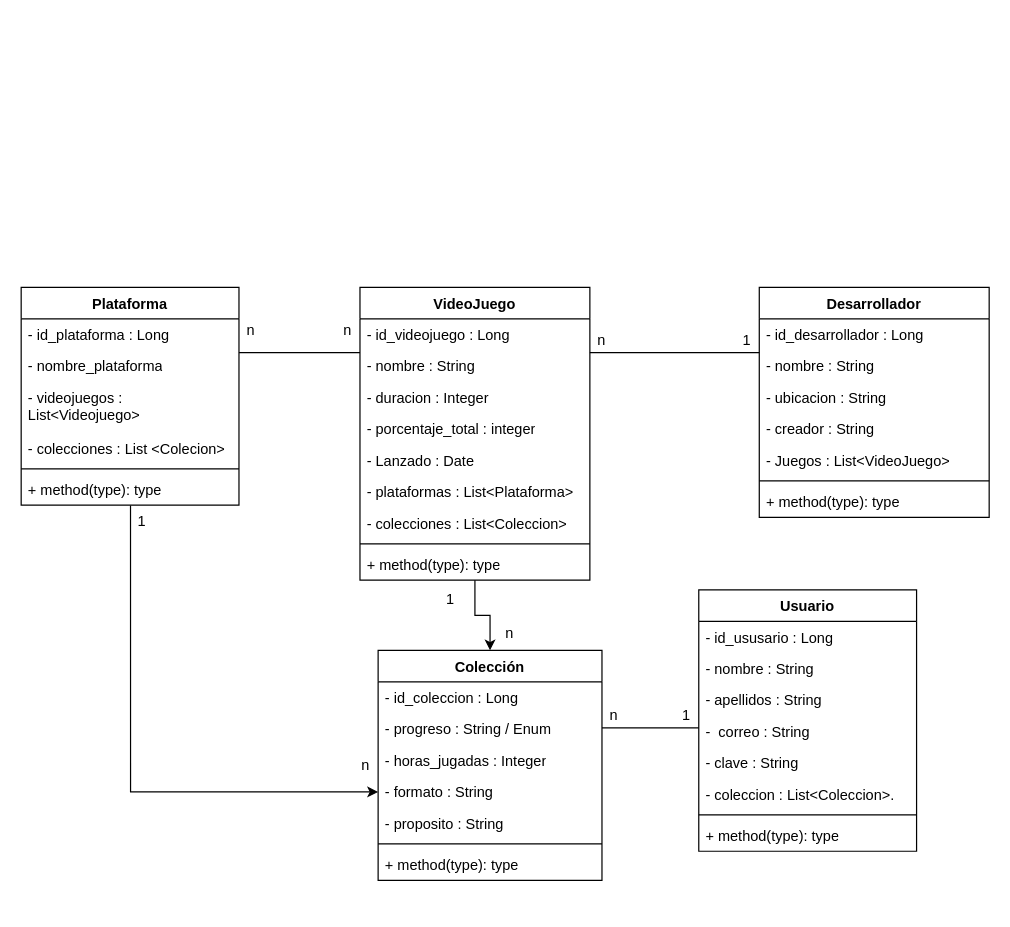
Dabson10/Game-Vault keeps this draw.io diagram as src/main/java/org/github/dabson10/gamevault/diagram/Driagram_Vault_Game.drawio. Above is the earlier version. Source tidied: cells renumbered, new cells numbered last; positions are measured from the earlier drawing's top-left corner, leaving out a move shared by most shapes. Both pictures are drawn from the tidied source at 121%, with x=0, y=0 at pixel (21, 287).
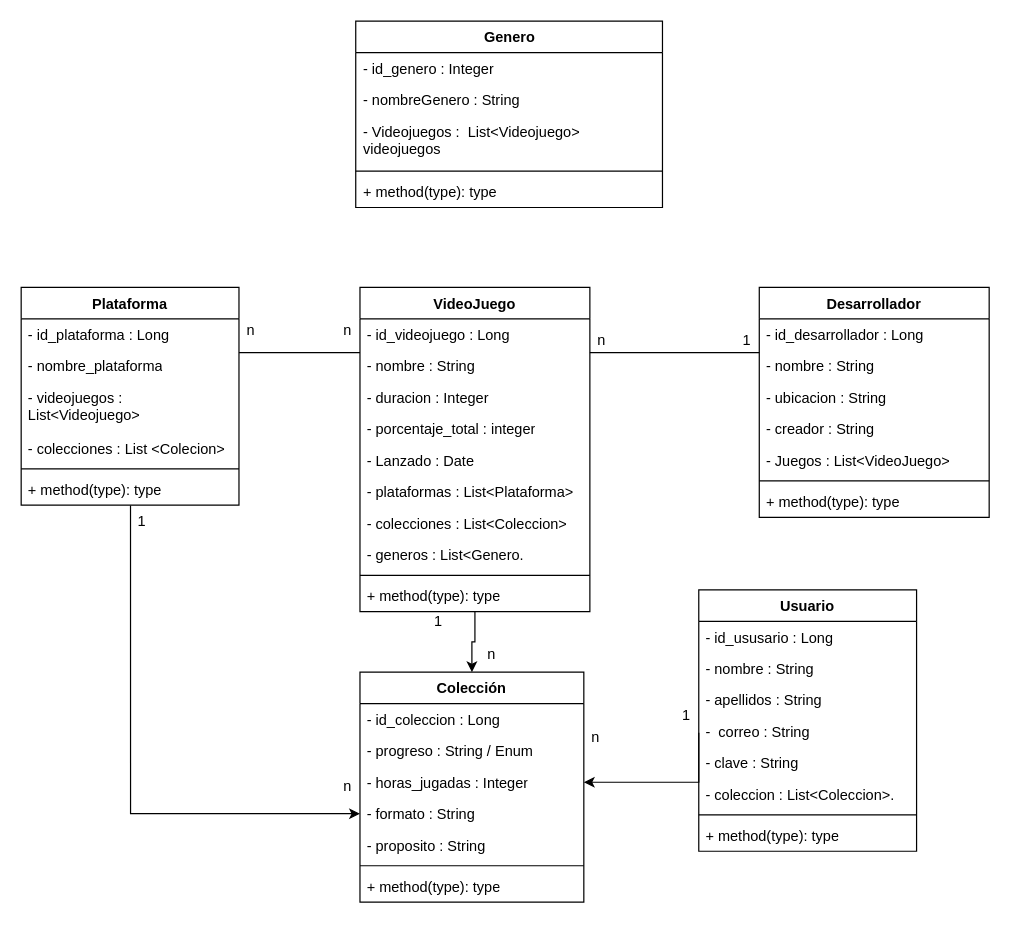
The same page after the edit.

The change refers to these unchanged cells:
```xml
<mxCell id="38" value="- horas_jugadas : Integer" style="text;strokeColor=none;fillColor=none;align=left;verticalAlign=top;spacingLeft=4;spacingRight=4;overflow=hidden;points=[[0,0.5],[1,0.5]];portConstraint=eastwest;whiteSpace=wrap;html=1;" parent="35" vertex="1">
  <mxGeometry y="78" width="185" height="26" as="geometry" />
</mxCell>
<mxCell id="55" value="1" style="text;html=1;whiteSpace=wrap;strokeColor=none;fillColor=none;align=center;verticalAlign=middle;rounded=0;" parent="1" vertex="1">
  <mxGeometry x="540" y="340" width="20" height="28" as="geometry" />
</mxCell>
```

Change to the diagram source:
```diff
@@
     <mxCell id="19" value="VideoJuego" style="swimlane;fontStyle=1;align=center;verticalAlign=top;horizontal=1;startSize=26;whiteSpace=wrap;html=1;" parent="1" vertex="1">
-      <mxGeometry x="280" width="190" height="242" as="geometry" />
+      <mxGeometry x="280" width="190" height="268" as="geometry" />
     </mxCell>
@@
+    <mxCell id="59" value="- generos : List&amp;lt;Genero." style="text;strokeColor=none;fillColor=none;align=left;verticalAlign=top;spacingLeft=4;spacingRight=4;overflow=hidden;whiteSpace=wrap;html=1;" parent="19" vertex="1">
+      <mxGeometry y="208" width="190" height="26" as="geometry" />
+    </mxCell>
     <mxCell id="27" style="line;strokeWidth=1;fillColor=none;align=left;verticalAlign=middle;spacingTop=-1;spacingLeft=3;spacingRight=3;labelPosition=right;strokeColor=inherit;" parent="19" vertex="1">
-      <mxGeometry y="208" width="190" height="8" as="geometry" />
+      <mxGeometry y="234" width="190" height="8" as="geometry" />
     </mxCell>
     <mxCell id="28" value="+ method(type): type" style="text;strokeColor=none;fillColor=none;align=left;verticalAlign=top;spacingLeft=4;spacingRight=4;overflow=hidden;whiteSpace=wrap;html=1;" parent="19" vertex="1">
-      <mxGeometry y="216" width="190" height="26" as="geometry" />
+      <mxGeometry y="242" width="190" height="26" as="geometry" />
     </mxCell>
@@
     <mxCell id="35" value="Colección&lt;div&gt;&lt;br&gt;&lt;/div&gt;" style="swimlane;fontStyle=1;align=center;verticalAlign=top;horizontal=1;startSize=26;whiteSpace=wrap;html=1;" parent="1" vertex="1">
-      <mxGeometry x="295" y="300" width="185" height="190" as="geometry" />
+      <mxGeometry x="280" y="318" width="185" height="190" as="geometry" />
     </mxCell>
@@
-    <mxCell id="52" style="line;strokeWidth=1;fillColor=none;align=left;verticalAlign=middle;spacingTop=-1;spacingLeft=3;spacingRight=3;labelPosition=right;strokeColor=inherit;" parent="1" vertex="1">
-      <mxGeometry x="480" y="360" width="80" height="8" as="geometry" />
-    </mxCell>
     <mxCell id="53" value="n" style="text;html=1;whiteSpace=wrap;strokeColor=none;fillColor=none;align=center;verticalAlign=middle;rounded=0;" parent="1" vertex="1">
-      <mxGeometry x="394" y="272" width="20" height="28" as="geometry" />
+      <mxGeometry x="379" y="290" width="20" height="28" as="geometry" />
     </mxCell>
     <mxCell id="54" value="1" style="text;html=1;whiteSpace=wrap;strokeColor=none;fillColor=none;align=center;verticalAlign=middle;rounded=0;" parent="1" vertex="1">
-      <mxGeometry x="340" y="244" width="30" height="28" as="geometry" />
+      <mxGeometry x="330" y="262" width="30" height="28" as="geometry" />
     </mxCell>
+    <mxCell id="60" style="edgeStyle=orthogonalEdgeStyle;rounded=0;jettySize=auto;html=1;exitX=1;exitY=1;exitDx=0;exitDy=0;entryX=1;entryY=0.5;entryDx=0;entryDy=0;" parent="1" edge="1" source="55" target="38">
+      <mxGeometry relative="1" as="geometry" />
+    </mxCell>
@@
     <mxCell id="56" value="n" style="text;html=1;whiteSpace=wrap;strokeColor=none;fillColor=none;align=center;verticalAlign=middle;rounded=0;" parent="1" vertex="1">
-      <mxGeometry x="480" y="340" width="20" height="28" as="geometry" />
+      <mxGeometry x="465" y="358" width="20" height="28" as="geometry" />
     </mxCell>
@@
     <mxCell id="58" value="n" style="text;html=1;whiteSpace=wrap;strokeColor=none;fillColor=none;align=center;verticalAlign=middle;rounded=0;" parent="1" vertex="1">
-      <mxGeometry x="275" y="381" width="20" height="28" as="geometry" />
+      <mxGeometry x="260" y="399" width="20" height="28" as="geometry" />
     </mxCell>
+    <mxCell id="61" value="Genero" style="swimlane;fontStyle=1;align=center;verticalAlign=top;horizontal=1;startSize=26;whiteSpace=wrap;html=1;" parent="1" vertex="1">
+      <mxGeometry x="276.5" y="-220" width="253.5" height="154" as="geometry" />
+    </mxCell>
+    <mxCell id="62" value="- id_genero : Integer" style="text;strokeColor=none;fillColor=none;align=left;verticalAlign=top;spacingLeft=4;spacingRight=4;overflow=hidden;whiteSpace=wrap;html=1;" parent="61" vertex="1">
+      <mxGeometry y="26" width="253.5" height="26" as="geometry" />
+    </mxCell>
+    <mxCell id="63" value="- nombreGenero : String" style="text;strokeColor=none;fillColor=none;align=left;verticalAlign=top;spacingLeft=4;spacingRight=4;overflow=hidden;whiteSpace=wrap;html=1;" parent="61" vertex="1">
+      <mxGeometry y="52" width="253.5" height="26" as="geometry" />
+    </mxCell>
+    <mxCell id="64" value="- Videojuegos :&amp;nbsp; List&amp;lt;Videojuego&amp;gt; videojuegos" style="text;strokeColor=none;fillColor=none;align=left;verticalAlign=top;spacingLeft=4;spacingRight=4;overflow=hidden;whiteSpace=wrap;html=1;" parent="61" vertex="1">
+      <mxGeometry y="78" width="253.5" height="42" as="geometry" />
+    </mxCell>
+    <mxCell id="65" style="line;strokeWidth=1;fillColor=none;align=left;verticalAlign=middle;spacingTop=-1;spacingLeft=3;spacingRight=3;labelPosition=right;strokeColor=inherit;" parent="61" vertex="1">
+      <mxGeometry y="120" width="253.5" height="8" as="geometry" />
+    </mxCell>
+    <mxCell id="66" value="+ method(type): type" style="text;strokeColor=none;fillColor=none;align=left;verticalAlign=top;spacingLeft=4;spacingRight=4;overflow=hidden;whiteSpace=wrap;html=1;" parent="61" vertex="1">
+      <mxGeometry y="128" width="253.5" height="26" as="geometry" />
+    </mxCell>
```
